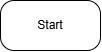
Earlier version of the draw.io export Project2.drawio.png (hellohumans1234321/Playground). Source tidied: cells renumbered, new cells last; positions are measured from the earlier drawing's top-left corner, leaving out a move shared by most shapes.
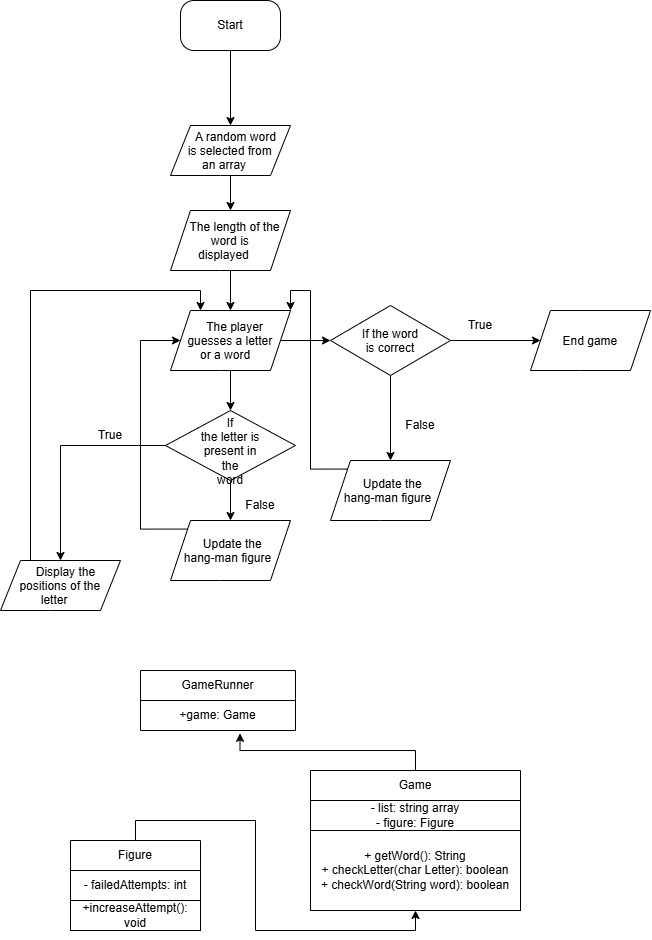
After the commit.

The edit, as a diff of the source:
```diff
@@ -2,8 +2,118 @@
   <root>
     <mxCell id="0" />
     <mxCell id="1" parent="0" />
+    <mxCell id="3" style="edgeStyle=orthogonalEdgeStyle;rounded=0;jettySize=auto;html=1;defaultLabelBackgroundColor=gap;" parent="1" edge="1" source="2" target="5">
+      <mxGeometry relative="1" as="geometry" />
+    </mxCell>
     <mxCell id="2" value="Start" style="rounded=1;whiteSpace=wrap;html=1;roundedPerimeter=1;arcSize=27;" parent="1" vertex="1">
       <mxGeometry width="100" height="50" as="geometry" />
     </mxCell>
+    <mxCell id="4" style="edgeStyle=orthogonalEdgeStyle;rounded=0;jettySize=auto;html=1;defaultLabelBackgroundColor=gap;" parent="1" edge="1" source="5" target="7">
+      <mxGeometry relative="1" as="geometry" />
+    </mxCell>
+    <mxCell id="5" value="A random word is selected from an array" style="shape=parallelogram;perimeter=parallelogramPerimeter;whiteSpace=wrap;html=1;shapeInside=1;fixedSize=1;rounded=1;roundedPerimeter=1;arcSize=0;" parent="1" vertex="1">
+      <mxGeometry x="-10" y="125" width="120" height="50" as="geometry" />
+    </mxCell>
+    <mxCell id="6" style="edgeStyle=orthogonalEdgeStyle;rounded=0;jettySize=auto;html=1;defaultLabelBackgroundColor=gap;" parent="1" edge="1" source="7" target="10">
+      <mxGeometry relative="1" as="geometry" />
+    </mxCell>
+    <mxCell id="7" value="The length of the word is displayed&amp;nbsp;" style="shape=parallelogram;perimeter=parallelogramPerimeter;whiteSpace=wrap;html=1;shapeInside=1;fixedSize=1;rounded=1;roundedPerimeter=1;arcSize=0;" parent="1" vertex="1">
+      <mxGeometry x="-10" y="210" width="120" height="60" as="geometry" />
+    </mxCell>
+    <mxCell id="8" style="edgeStyle=orthogonalEdgeStyle;rounded=0;jettySize=auto;html=1;defaultLabelBackgroundColor=gap;" parent="1" edge="1" source="10" target="13">
+      <mxGeometry relative="1" as="geometry" />
+    </mxCell>
+    <mxCell id="9" style="edgeStyle=orthogonalEdgeStyle;rounded=0;jettySize=auto;html=1;defaultLabelBackgroundColor=gap;" parent="1" edge="1" source="10" target="16">
+      <mxGeometry relative="1" as="geometry" />
+    </mxCell>
+    <mxCell id="10" value="The player guesses a letter or a word" style="shape=parallelogram;perimeter=parallelogramPerimeter;whiteSpace=wrap;html=1;shapeInside=1;fixedSize=1;rounded=1;roundedPerimeter=1;arcSize=0;" parent="1" vertex="1">
+      <mxGeometry x="-10" y="310" width="120" height="60" as="geometry" />
+    </mxCell>
+    <mxCell id="11" style="edgeStyle=orthogonalEdgeStyle;rounded=0;jettySize=auto;html=1;defaultLabelBackgroundColor=gap;" parent="1" edge="1" source="13" target="18">
+      <mxGeometry relative="1" as="geometry" />
+    </mxCell>
+    <mxCell id="12" style="edgeStyle=orthogonalEdgeStyle;rounded=0;jettySize=auto;html=1;defaultLabelBackgroundColor=gap;" parent="1" edge="1" source="13" target="20">
+      <mxGeometry relative="1" as="geometry" />
+    </mxCell>
+    <mxCell id="13" value="If the letter is present in the word" style="rhombus;whiteSpace=wrap;html=1;shapeInside=1;rounded=1;roundedPerimeter=1;arcSize=0;" parent="1" vertex="1">
+      <mxGeometry x="-15" y="410" width="130" height="70" as="geometry" />
+    </mxCell>
+    <mxCell id="14" style="edgeStyle=orthogonalEdgeStyle;rounded=0;jettySize=auto;html=1;defaultLabelBackgroundColor=gap;" parent="1" edge="1" source="16" target="21">
+      <mxGeometry relative="1" as="geometry" />
+    </mxCell>
+    <mxCell id="15" style="edgeStyle=orthogonalEdgeStyle;rounded=0;jettySize=auto;html=1;defaultLabelBackgroundColor=gap;" parent="1" edge="1" source="16" target="23">
+      <mxGeometry relative="1" as="geometry" />
+    </mxCell>
+    <mxCell id="16" value="If the word is correct" style="rhombus;whiteSpace=wrap;html=1;shapeInside=1;rounded=1;roundedPerimeter=1;arcSize=0;" parent="1" vertex="1">
+      <mxGeometry x="150" y="305" width="120" height="70" as="geometry" />
+    </mxCell>
+    <mxCell id="17" style="edgeStyle=orthogonalEdgeStyle;rounded=0;jettySize=auto;html=1;exitX=0.25;exitY=0;exitDx=0;exitDy=0;entryX=0.25;entryY=0;entryDx=0;entryDy=0;defaultLabelBackgroundColor=gap;" parent="1" edge="1" source="18" target="10">
+      <mxGeometry relative="1" as="geometry" />
+    </mxCell>
+    <mxCell id="18" value="Display the positions of the letter" style="shape=parallelogram;perimeter=parallelogramPerimeter;whiteSpace=wrap;html=1;shapeInside=1;fixedSize=1;rounded=1;roundedPerimeter=1;arcSize=0;" parent="1" vertex="1">
+      <mxGeometry x="-180" y="560" width="120" height="50" as="geometry" />
+    </mxCell>
+    <mxCell id="19" style="edgeStyle=orthogonalEdgeStyle;rounded=0;jettySize=auto;html=1;exitX=0;exitY=0;exitDx=0;exitDy=0;entryX=0;entryY=0.5;entryDx=0;entryDy=0;defaultLabelBackgroundColor=gap;" parent="1" edge="1" source="20" target="10">
+      <mxGeometry relative="1" as="geometry">
+        <Array as="points">
+          <mxPoint x="-40" y="528.6" />
+          <mxPoint x="-40" y="340" />
+        </Array>
+      </mxGeometry>
+    </mxCell>
+    <mxCell id="20" value="Update the hang-man figure" style="shape=parallelogram;perimeter=parallelogramPerimeter;whiteSpace=wrap;html=1;shapeInside=1;fixedSize=1;rounded=1;roundedPerimeter=1;arcSize=0;" parent="1" vertex="1">
+      <mxGeometry x="-10" y="520" width="120" height="60" as="geometry" />
+    </mxCell>
+    <mxCell id="21" value="End game" style="shape=parallelogram;perimeter=parallelogramPerimeter;whiteSpace=wrap;html=1;shapeInside=1;fixedSize=1;rounded=1;roundedPerimeter=1;arcSize=0;" parent="1" vertex="1">
+      <mxGeometry x="350" y="310" width="120" height="60" as="geometry" />
+    </mxCell>
+    <mxCell id="22" style="edgeStyle=orthogonalEdgeStyle;rounded=0;jettySize=auto;html=1;exitX=0;exitY=0;exitDx=0;exitDy=0;entryX=1;entryY=0;entryDx=0;entryDy=0;defaultLabelBackgroundColor=gap;" parent="1" edge="1" source="23" target="10">
+      <mxGeometry relative="1" as="geometry" />
+    </mxCell>
+    <mxCell id="23" value="Update the hang-man figure" style="shape=parallelogram;perimeter=parallelogramPerimeter;whiteSpace=wrap;html=1;shapeInside=1;fixedSize=1;rounded=1;roundedPerimeter=1;arcSize=0;" parent="1" vertex="1">
+      <mxGeometry x="150" y="460" width="120" height="60" as="geometry" />
+    </mxCell>
+    <mxCell id="24" value="True" style="text;html=1;whiteSpace=wrap;strokeColor=none;fillColor=none;align=center;verticalAlign=middle;rounded=0;" parent="1" vertex="1">
+      <mxGeometry x="-100" y="420" width="60" height="30" as="geometry" />
+    </mxCell>
+    <mxCell id="25" value="False" style="text;html=1;whiteSpace=wrap;strokeColor=none;fillColor=none;align=center;verticalAlign=middle;rounded=0;" parent="1" vertex="1">
+      <mxGeometry x="50" y="490" width="60" height="30" as="geometry" />
+    </mxCell>
+    <mxCell id="26" value="True" style="text;html=1;whiteSpace=wrap;strokeColor=none;fillColor=none;align=center;verticalAlign=middle;rounded=0;" parent="1" vertex="1">
+      <mxGeometry x="270" y="310" width="60" height="30" as="geometry" />
+    </mxCell>
+    <mxCell id="27" value="False" style="text;html=1;whiteSpace=wrap;strokeColor=none;fillColor=none;align=center;verticalAlign=middle;rounded=0;" parent="1" vertex="1">
+      <mxGeometry x="210" y="410" width="60" height="30" as="geometry" />
+    </mxCell>
+    <mxCell id="28" value="GameRunner" style="swimlane;fontStyle=0;horizontal=1;startSize=30;whiteSpace=wrap;html=1;" parent="1" vertex="1">
+      <mxGeometry x="-40" y="670" width="155" height="60" as="geometry" />
+    </mxCell>
+    <mxCell id="29" value="+game: Game" style="text;html=1;whiteSpace=wrap;strokeColor=none;fillColor=none;align=center;verticalAlign=middle;rounded=0;" parent="28" vertex="1">
+      <mxGeometry y="30" width="155" height="30" as="geometry" />
+    </mxCell>
+    <mxCell id="30" value="Game" style="swimlane;fontStyle=0;horizontal=1;startSize=30;whiteSpace=wrap;html=1;" parent="1" vertex="1">
+      <mxGeometry x="130" y="770" width="210" height="140" as="geometry" />
+    </mxCell>
+    <mxCell id="31" value="- list: string array&lt;div&gt;- figure: Figure&lt;/div&gt;" style="text;html=1;whiteSpace=wrap;strokeColor=none;fillColor=none;align=center;verticalAlign=middle;rounded=0;" parent="30" vertex="1">
+      <mxGeometry y="30" width="210" height="30" as="geometry" />
+    </mxCell>
+    <mxCell id="32" value="+ getWord(): String&lt;div&gt;+ checkLetter(char Letter): boolean&lt;/div&gt;&lt;div&gt;+ checkWord(String word): boolean&lt;/div&gt;" style="text;html=1;whiteSpace=wrap;strokeColor=default;fillColor=none;align=center;verticalAlign=middle;rounded=0;" parent="30" vertex="1">
+      <mxGeometry y="60" width="210" height="80" as="geometry" />
+    </mxCell>
+    <mxCell id="33" style="edgeStyle=orthogonalEdgeStyle;rounded=0;jettySize=auto;html=1;exitX=0.5;exitY=0;exitDx=0;exitDy=0;defaultLabelBackgroundColor=gap;entryX=0.5;entryY=1;entryDx=0;entryDy=0;" parent="1" edge="1" source="34" target="30">
+      <mxGeometry relative="1" as="geometry" />
+    </mxCell>
+    <mxCell id="34" value="Figure" style="swimlane;fontStyle=0;horizontal=1;startSize=30;whiteSpace=wrap;html=1;" parent="1" vertex="1">
+      <mxGeometry x="-110" y="840" width="130" height="90" as="geometry" />
+    </mxCell>
+    <mxCell id="35" value="- failedAttempts: int" style="text;html=1;whiteSpace=wrap;strokeColor=none;fillColor=none;align=center;verticalAlign=middle;rounded=0;" parent="34" vertex="1">
+      <mxGeometry y="30" width="130" height="30" as="geometry" />
+    </mxCell>
+    <mxCell id="36" value="+increaseAttempt(): void" style="text;html=1;whiteSpace=wrap;align=center;verticalAlign=middle;rounded=0;perimeterSpacing=1;strokeColor=default;" parent="34" vertex="1">
+      <mxGeometry y="60" width="130" height="30" as="geometry" />
+    </mxCell>
+    <mxCell id="37" style="edgeStyle=orthogonalEdgeStyle;rounded=0;jettySize=auto;html=1;exitX=0.5;exitY=0;exitDx=0;exitDy=0;entryX=0.642;entryY=1.094;entryDx=0;entryDy=0;entryPerimeter=0;defaultLabelBackgroundColor=gap;" parent="1" edge="1" source="30" target="29">
+      <mxGeometry relative="1" as="geometry" />
+    </mxCell>
   </root>
 </mxGraphModel>
```
